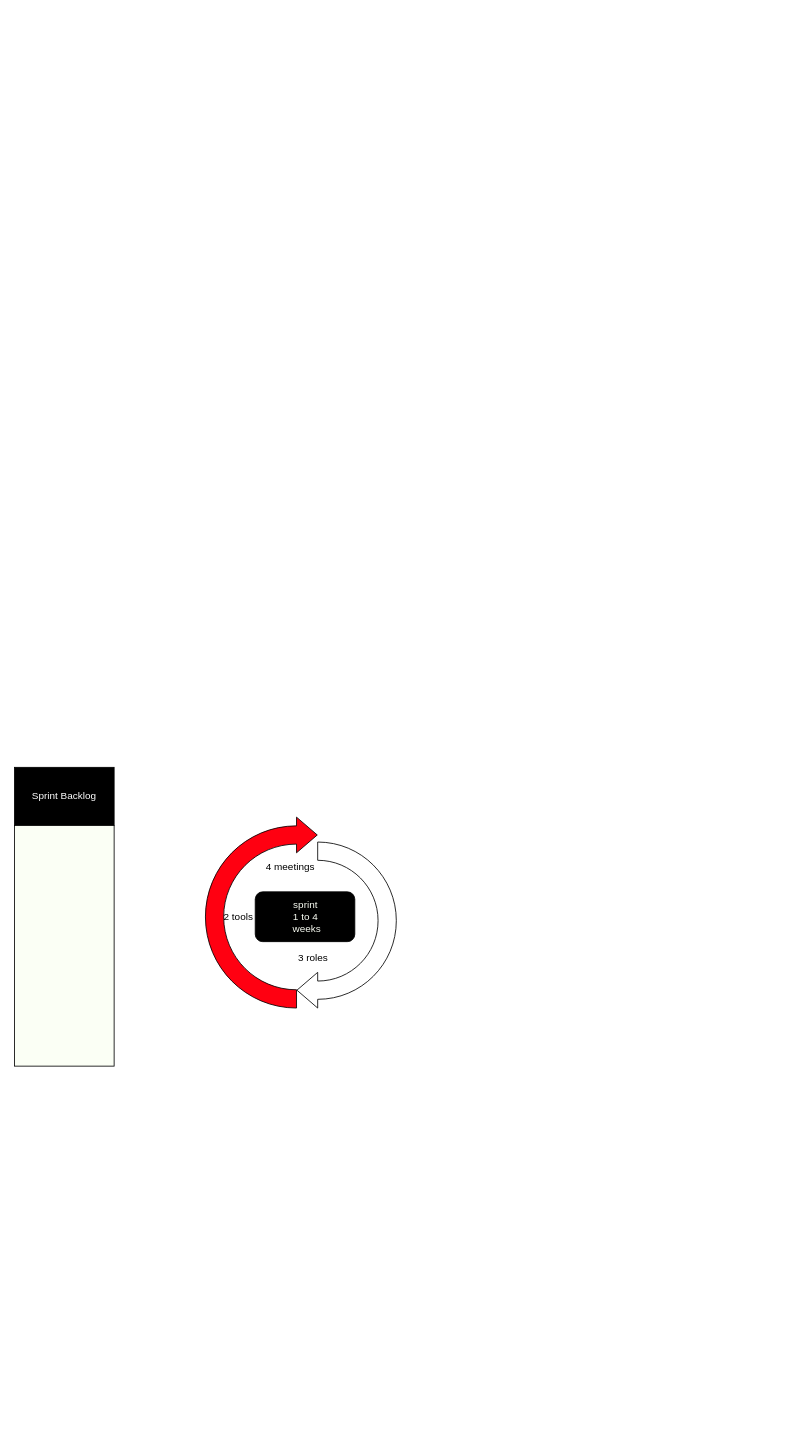
Above: Untitled Diagram.drawio in lolanaator64/yeetboy (draw.io), before the change. Source tidied: cells renumbered, new cells numbered last; positions are measured from the earlier drawing's top-left corner, leaving out a move shared by most shapes. Both pictures are drawn from the tidied source at 83%, with x=0, y=0 at pixel (14, 767).
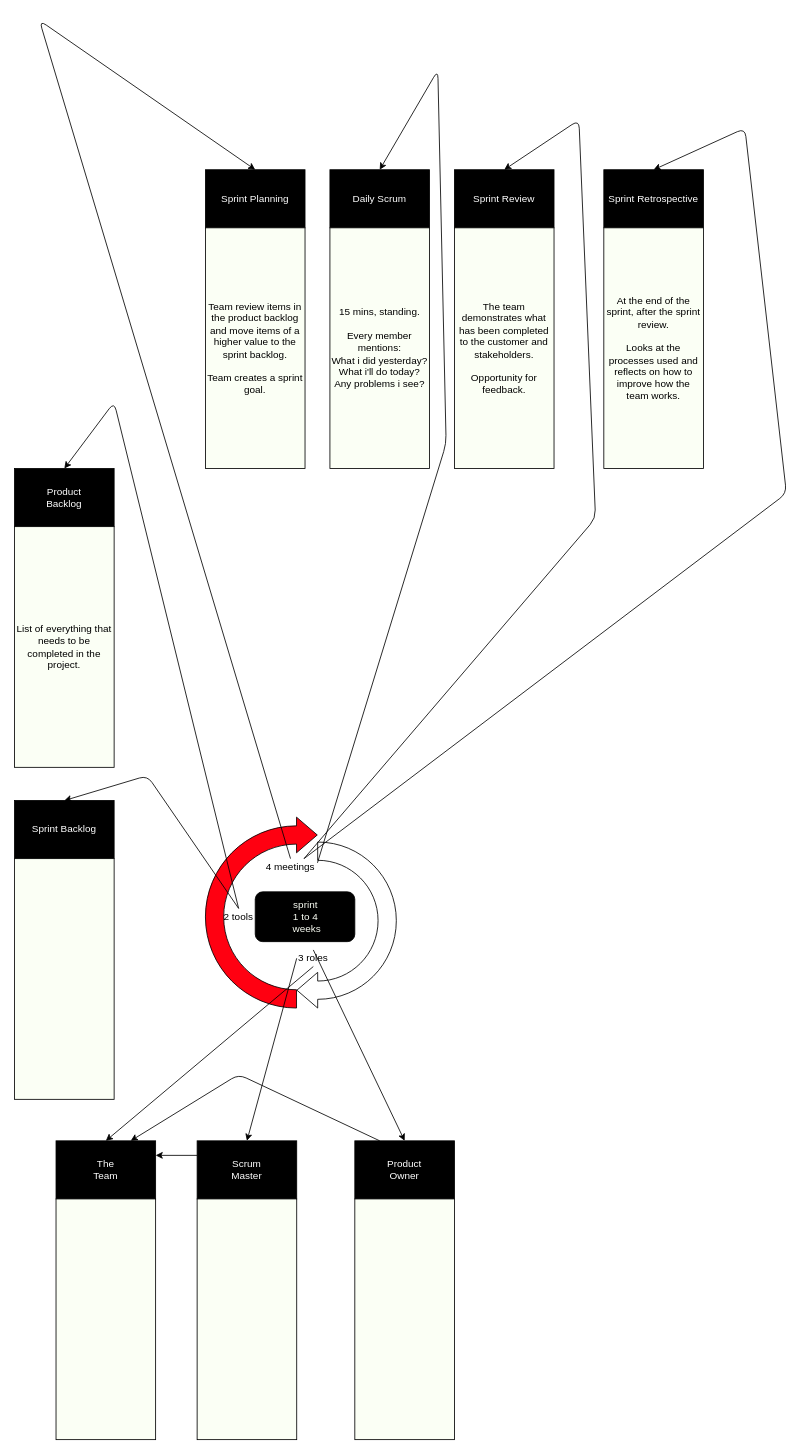
The same page after the edit.

Unchanged cells that the change refers to:
```xml
<mxCell id="6" value="2 tools" style="text;html=1;strokeColor=none;fillColor=none;align=center;verticalAlign=middle;whiteSpace=wrap;rounded=0;" parent="1" vertex="1">
  <mxGeometry x="250" y="170" width="40" height="20" as="geometry" />
</mxCell>
<mxCell id="7" value="3 roles" style="text;html=1;strokeColor=none;fillColor=none;align=center;verticalAlign=middle;whiteSpace=wrap;rounded=0;" parent="1" vertex="1">
  <mxGeometry x="340" y="220" width="40" height="20" as="geometry" />
</mxCell>
<mxCell id="8" value="4 meetings" style="text;html=1;strokeColor=none;fillColor=none;align=center;verticalAlign=middle;whiteSpace=wrap;rounded=0;" parent="1" vertex="1">
  <mxGeometry x="300" y="110" width="65" height="20" as="geometry" />
</mxCell>
```

Diff of the diagram source:
```diff
@@
     <mxCell id="9" value="&lt;font color=&quot;#ffffff&quot;&gt;Sprint Backlog&lt;/font&gt;" style="rounded=0;whiteSpace=wrap;html=1;fillColor=#000000;" parent="1" vertex="1">
-      <mxGeometry width="120" height="70" as="geometry" />
+      <mxGeometry y="40" width="120" height="70" as="geometry" />
     </mxCell>
     <mxCell id="10" style="rounded=0;whiteSpace=wrap;html=1;fillColor=#FBFFF5;" parent="1" vertex="1">
-      <mxGeometry y="70" width="120" height="290" as="geometry" />
+      <mxGeometry y="110" width="120" height="290" as="geometry" />
     </mxCell>
+    <mxCell id="11" value="&lt;font color=&quot;#ffffff&quot;&gt;Product&lt;br&gt;Backlog&lt;br&gt;&lt;/font&gt;" style="rounded=0;whiteSpace=wrap;html=1;fillColor=#000000;" parent="1" vertex="1">
+      <mxGeometry y="-360" width="120" height="70" as="geometry" />
+    </mxCell>
+    <mxCell id="12" value="List of everything that needs to be completed in the project." style="rounded=0;whiteSpace=wrap;html=1;fillColor=#FBFFF5;" parent="1" vertex="1">
+      <mxGeometry y="-290" width="120" height="290" as="geometry" />
+    </mxCell>
+    <mxCell id="13" value="&lt;font color=&quot;#ffffff&quot;&gt;The&lt;br&gt;Team&lt;br&gt;&lt;/font&gt;" style="rounded=0;whiteSpace=wrap;html=1;fillColor=#000000;" parent="1" vertex="1">
+      <mxGeometry x="50" y="450" width="120" height="70" as="geometry" />
+    </mxCell>
+    <mxCell id="14" style="rounded=0;whiteSpace=wrap;html=1;fillColor=#FBFFF5;" parent="1" vertex="1">
+      <mxGeometry x="50" y="520" width="120" height="290" as="geometry" />
+    </mxCell>
+    <mxCell id="15" value="&lt;font color=&quot;#ffffff&quot;&gt;Scrum&lt;br&gt;Master&lt;br&gt;&lt;/font&gt;" style="rounded=0;whiteSpace=wrap;html=1;fillColor=#000000;" parent="1" vertex="1">
+      <mxGeometry x="220" y="450" width="120" height="70" as="geometry" />
+    </mxCell>
+    <mxCell id="16" style="rounded=0;whiteSpace=wrap;html=1;fillColor=#FBFFF5;" parent="1" vertex="1">
+      <mxGeometry x="220" y="520" width="120" height="290" as="geometry" />
+    </mxCell>
+    <mxCell id="17" value="&lt;font color=&quot;#ffffff&quot;&gt;Product&lt;br&gt;Owner&lt;br&gt;&lt;/font&gt;" style="rounded=0;whiteSpace=wrap;html=1;fillColor=#000000;" parent="1" vertex="1">
+      <mxGeometry x="410" y="450" width="120" height="70" as="geometry" />
+    </mxCell>
+    <mxCell id="18" style="rounded=0;whiteSpace=wrap;html=1;fillColor=#FBFFF5;" parent="1" vertex="1">
+      <mxGeometry x="410" y="520" width="120" height="290" as="geometry" />
+    </mxCell>
+    <mxCell id="19" value="&lt;font color=&quot;#ffffff&quot;&gt;Sprint Planning&lt;/font&gt;" style="rounded=0;whiteSpace=wrap;html=1;fillColor=#000000;" parent="1" vertex="1">
+      <mxGeometry x="230" y="-720" width="120" height="70" as="geometry" />
+    </mxCell>
+    <mxCell id="20" value="Team review items in the product backlog&lt;br&gt;and move items of a higher value to the sprint backlog.&lt;br&gt;&lt;br&gt;Team creates a sprint goal." style="rounded=0;whiteSpace=wrap;html=1;fillColor=#FBFFF5;" parent="1" vertex="1">
+      <mxGeometry x="230" y="-650" width="120" height="290" as="geometry" />
+    </mxCell>
+    <mxCell id="21" value="&lt;font color=&quot;#ffffff&quot;&gt;Daily Scrum&lt;/font&gt;" style="rounded=0;whiteSpace=wrap;html=1;fillColor=#000000;" parent="1" vertex="1">
+      <mxGeometry x="380" y="-720" width="120" height="70" as="geometry" />
+    </mxCell>
+    <mxCell id="22" value="15 mins, standing.&lt;br&gt;&lt;br&gt;Every member mentions:&lt;br&gt;What i did yesterday?&lt;br&gt;What i'll do today?&lt;br&gt;Any problems i see?" style="rounded=0;whiteSpace=wrap;html=1;fillColor=#FBFFF5;" parent="1" vertex="1">
+      <mxGeometry x="380" y="-650" width="120" height="290" as="geometry" />
+    </mxCell>
+    <mxCell id="23" value="&lt;font color=&quot;#ffffff&quot;&gt;Sprint Review&lt;/font&gt;" style="rounded=0;whiteSpace=wrap;html=1;fillColor=#000000;" parent="1" vertex="1">
+      <mxGeometry x="530" y="-720" width="120" height="70" as="geometry" />
+    </mxCell>
+    <mxCell id="24" value="The team demonstrates what has been completed to the customer and stakeholders.&lt;br&gt;&lt;br&gt;Opportunity for feedback." style="rounded=0;whiteSpace=wrap;html=1;fillColor=#FBFFF5;" parent="1" vertex="1">
+      <mxGeometry x="530" y="-650" width="120" height="290" as="geometry" />
+    </mxCell>
+    <mxCell id="25" value="&lt;font color=&quot;#ffffff&quot;&gt;Sprint Retrospective&lt;/font&gt;" style="rounded=0;whiteSpace=wrap;html=1;fillColor=#000000;" parent="1" vertex="1">
+      <mxGeometry x="710" y="-720" width="120" height="70" as="geometry" />
+    </mxCell>
+    <mxCell id="26" value="At the end of the sprint, after the sprint review.&lt;br&gt;&lt;br&gt;Looks at the processes used and reflects on how to improve how the team works." style="rounded=0;whiteSpace=wrap;html=1;fillColor=#FBFFF5;" parent="1" vertex="1">
+      <mxGeometry x="710" y="-650" width="120" height="290" as="geometry" />
+    </mxCell>
+    <mxCell id="27" style="endArrow=classic;html=1;exitX=0.5;exitY=0;exitDx=0;exitDy=0;entryX=0.5;entryY=0;entryDx=0;entryDy=0;" parent="1" edge="1" source="8" target="19">
+      <mxGeometry relative="1" as="geometry">
+        <Array as="points">
+          <mxPoint x="30" y="-900" />
+        </Array>
+      </mxGeometry>
+    </mxCell>
+    <mxCell id="28" style="endArrow=classic;html=1;exitX=1;exitY=0.25;exitDx=0;exitDy=0;entryX=0.5;entryY=0;entryDx=0;entryDy=0;" parent="1" edge="1" source="8" target="21">
+      <mxGeometry relative="1" as="geometry">
+        <Array as="points">
+          <mxPoint x="520" y="-390" />
+          <mxPoint x="510" y="-840" />
+        </Array>
+      </mxGeometry>
+    </mxCell>
+    <mxCell id="29" style="endArrow=classic;html=1;exitX=0.75;exitY=0;exitDx=0;exitDy=0;entryX=0.5;entryY=0;entryDx=0;entryDy=0;" parent="1" edge="1" source="8" target="23">
+      <mxGeometry relative="1" as="geometry">
+        <Array as="points">
+          <mxPoint x="700" y="-300" />
+          <mxPoint x="680" y="-780" />
+        </Array>
+      </mxGeometry>
+    </mxCell>
+    <mxCell id="30" style="endArrow=classic;html=1;exitX=0.75;exitY=0;exitDx=0;exitDy=0;entryX=0.5;entryY=0;entryDx=0;entryDy=0;" parent="1" edge="1" source="8" target="25">
+      <mxGeometry relative="1" as="geometry">
+        <Array as="points">
+          <mxPoint x="930" y="-330" />
+          <mxPoint x="880" y="-770" />
+        </Array>
+      </mxGeometry>
+    </mxCell>
+    <mxCell id="31" style="endArrow=classic;html=1;exitX=0.5;exitY=0;exitDx=0;exitDy=0;entryX=0.5;entryY=0;entryDx=0;entryDy=0;" parent="1" edge="1" source="6" target="11">
+      <mxGeometry relative="1" as="geometry">
+        <Array as="points">
+          <mxPoint x="120" y="-440" />
+        </Array>
+      </mxGeometry>
+    </mxCell>
+    <mxCell id="32" style="endArrow=classic;html=1;exitX=0.5;exitY=0;exitDx=0;exitDy=0;entryX=0.5;entryY=0;entryDx=0;entryDy=0;" parent="1" edge="1" source="6" target="9">
+      <mxGeometry relative="1" as="geometry">
+        <Array as="points">
+          <mxPoint x="160" y="10" />
+        </Array>
+      </mxGeometry>
+    </mxCell>
+    <mxCell id="33" style="endArrow=classic;html=1;exitX=0.5;exitY=1;exitDx=0;exitDy=0;entryX=0.5;entryY=0;entryDx=0;entryDy=0;" parent="1" edge="1" source="7" target="13">
+      <mxGeometry relative="1" as="geometry" />
+    </mxCell>
+    <mxCell id="34" style="endArrow=classic;html=1;exitX=0;exitY=0.5;exitDx=0;exitDy=0;entryX=0.5;entryY=0;entryDx=0;entryDy=0;" parent="1" edge="1" source="7" target="15">
+      <mxGeometry relative="1" as="geometry" />
+    </mxCell>
+    <mxCell id="35" style="endArrow=classic;html=1;exitX=0.5;exitY=0;exitDx=0;exitDy=0;entryX=0.5;entryY=0;entryDx=0;entryDy=0;" parent="1" edge="1" source="7" target="17">
+      <mxGeometry relative="1" as="geometry" />
+    </mxCell>
+    <mxCell id="36" style="endArrow=classic;html=1;exitX=0.25;exitY=0;exitDx=0;exitDy=0;entryX=0.75;entryY=0;entryDx=0;entryDy=0;" parent="1" edge="1" source="17" target="13">
+      <mxGeometry relative="1" as="geometry">
+        <Array as="points">
+          <mxPoint x="270" y="370" />
+        </Array>
+      </mxGeometry>
+    </mxCell>
+    <mxCell id="37" style="endArrow=classic;html=1;exitX=0;exitY=0.25;exitDx=0;exitDy=0;entryX=1;entryY=0.25;entryDx=0;entryDy=0;" parent="1" edge="1" source="15" target="13">
+      <mxGeometry relative="1" as="geometry" />
+    </mxCell>
```
